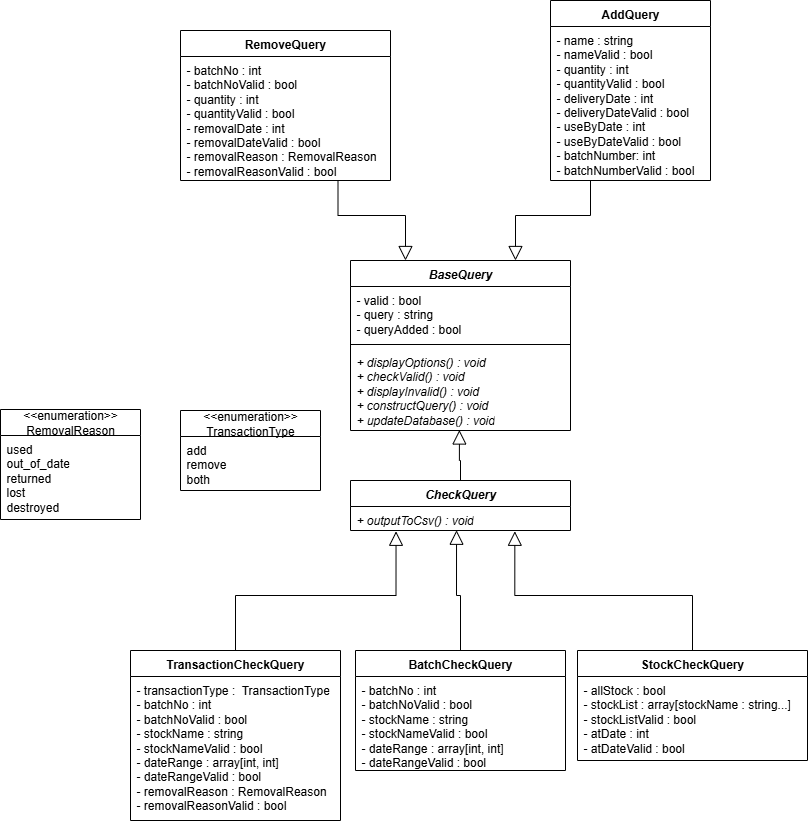
Before: artefacts/query_class_diagram.png, a diagram exported from draw.io (DuncanLittlechild/A1_inventory_management). Source tidied: cells renumbered, new cells last; positions are measured from the earlier drawing's top-left corner, leaving out a move shared by most shapes.
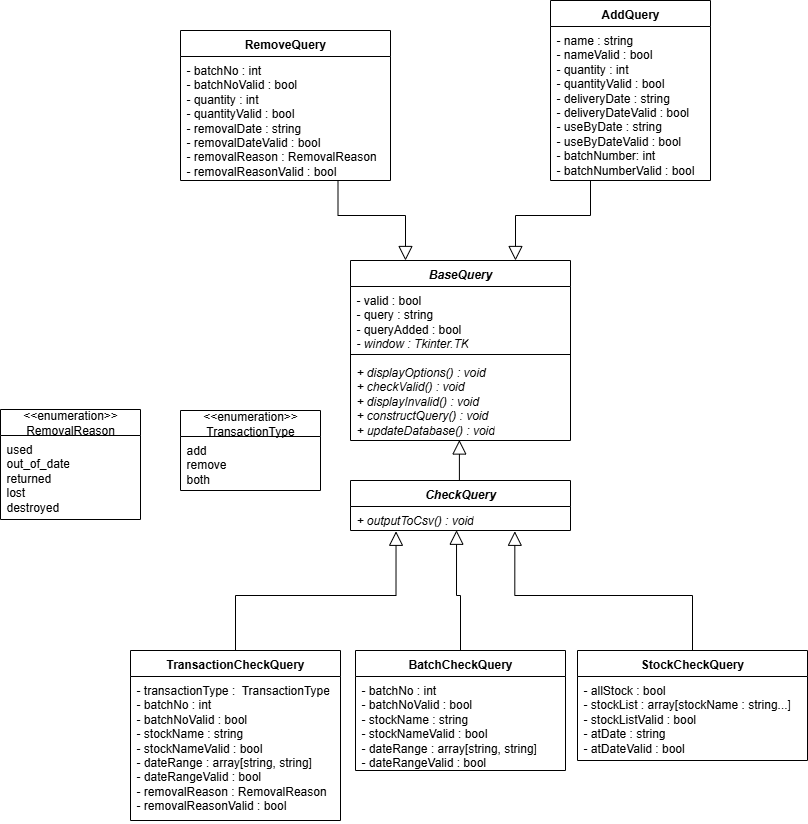
The same diagram one commit later.

Commit message:
Add Tkinter window to all query objects

The edit, as a diff of the source:
```diff
@@ -3,16 +3,16 @@
     <mxCell id="0" />
     <mxCell id="1" parent="0" />
     <mxCell id="2" value="&lt;i&gt;BaseQuery&lt;/i&gt;" style="swimlane;fontStyle=1;align=center;verticalAlign=top;horizontal=1;startSize=26;whiteSpace=wrap;html=1;" parent="1" vertex="1">
-      <mxGeometry x="350" y="260" width="220" height="170" as="geometry" />
+      <mxGeometry x="350" y="260" width="220" height="180" as="geometry" />
     </mxCell>
-    <mxCell id="3" value="&lt;div&gt;- valid : bool&lt;/div&gt;&lt;div&gt;- query : string&lt;/div&gt;&lt;div&gt;- queryAdded : bool&lt;/div&gt;" style="text;strokeColor=none;fillColor=none;align=left;verticalAlign=top;spacingLeft=4;spacingRight=4;overflow=hidden;whiteSpace=wrap;html=1;" parent="2" vertex="1">
-      <mxGeometry y="26" width="220" height="54" as="geometry" />
+    <mxCell id="3" value="&lt;div&gt;&lt;span style=&quot;background-color: transparent; color: light-dark(rgb(0, 0, 0), rgb(255, 255, 255));&quot;&gt;- valid : bool&lt;/span&gt;&lt;/div&gt;&lt;div&gt;- query : string&lt;/div&gt;&lt;div&gt;- queryAdded : bool&lt;/div&gt;&lt;div&gt;&lt;i&gt;- window : Tkinter.TK&lt;/i&gt;&lt;/div&gt;" style="text;strokeColor=none;fillColor=none;align=left;verticalAlign=top;spacingLeft=4;spacingRight=4;overflow=hidden;whiteSpace=wrap;html=1;" parent="2" vertex="1">
+      <mxGeometry y="26" width="220" height="64" as="geometry" />
     </mxCell>
     <mxCell id="4" style="line;strokeWidth=1;fillColor=none;align=left;verticalAlign=middle;spacingTop=-1;spacingLeft=3;spacingRight=3;labelPosition=right;strokeColor=inherit;" parent="2" vertex="1">
-      <mxGeometry y="80" width="220" height="8" as="geometry" />
+      <mxGeometry y="90" width="220" height="8" as="geometry" />
     </mxCell>
     <mxCell id="5" value="&lt;div&gt;&lt;i&gt;+ displayOptions() : void&lt;/i&gt;&lt;/div&gt;&lt;i&gt;+ checkValid() : void&lt;/i&gt;&lt;div&gt;&lt;i&gt;+ displayInvalid() : void&lt;/i&gt;&lt;/div&gt;&lt;div&gt;&lt;i&gt;+ constructQuery() : void&lt;/i&gt;&lt;/div&gt;&lt;div&gt;&lt;i&gt;+ updateDatabase() : void&lt;/i&gt;&lt;/div&gt;" style="text;strokeColor=none;fillColor=none;align=left;verticalAlign=top;spacingLeft=4;spacingRight=4;overflow=hidden;points=[[0,0.5],[1,0.5]];portConstraint=eastwest;whiteSpace=wrap;html=1;" parent="2" vertex="1">
-      <mxGeometry y="88" width="220" height="82" as="geometry" />
+      <mxGeometry y="98" width="220" height="82" as="geometry" />
     </mxCell>
     <mxCell id="6" style="edgeStyle=orthogonalEdgeStyle;rounded=0;jettySize=auto;html=1;exitX=0.25;exitY=1;exitDx=0;exitDy=0;entryX=0.75;entryY=0;entryDx=0;entryDy=0;endArrow=block;endFill=0;endSize=12;" parent="1" edge="1" source="7" target="2">
       <mxGeometry relative="1" as="geometry" />
@@ -20,7 +20,7 @@
     <mxCell id="7" value="AddQuery" style="swimlane;fontStyle=1;align=center;verticalAlign=top;horizontal=1;startSize=26;whiteSpace=wrap;html=1;" parent="1" vertex="1">
       <mxGeometry x="550" width="160" height="180" as="geometry" />
     </mxCell>
-    <mxCell id="8" value="- name : string&lt;div&gt;- nameValid : bool&lt;/div&gt;&lt;div&gt;- quantity : int&lt;/div&gt;&lt;div&gt;- quantityValid : bool&lt;/div&gt;&lt;div&gt;- deliveryDate : int&lt;/div&gt;&lt;div&gt;- deliveryDateValid : bool&lt;/div&gt;&lt;div&gt;- useByDate : int&lt;/div&gt;&lt;div&gt;- useByDateValid : bool&lt;/div&gt;&lt;div&gt;- batchNumber: int&lt;/div&gt;&lt;div&gt;- batchNumberValid : bool&lt;/div&gt;" style="text;strokeColor=none;fillColor=none;align=left;verticalAlign=top;spacingLeft=4;spacingRight=4;overflow=hidden;whiteSpace=wrap;html=1;" parent="7" vertex="1">
+    <mxCell id="8" value="- name : string&lt;div&gt;- nameValid : bool&lt;/div&gt;&lt;div&gt;- quantity : int&lt;/div&gt;&lt;div&gt;- quantityValid : bool&lt;/div&gt;&lt;div&gt;- deliveryDate : string&lt;/div&gt;&lt;div&gt;- deliveryDateValid : bool&lt;/div&gt;&lt;div&gt;- useByDate : string&lt;/div&gt;&lt;div&gt;- useByDateValid : bool&lt;/div&gt;&lt;div&gt;- batchNumber: int&lt;/div&gt;&lt;div&gt;- batchNumberValid : bool&lt;/div&gt;" style="text;strokeColor=none;fillColor=none;align=left;verticalAlign=top;spacingLeft=4;spacingRight=4;overflow=hidden;whiteSpace=wrap;html=1;" parent="7" vertex="1">
       <mxGeometry y="26" width="160" height="154" as="geometry" />
     </mxCell>
     <mxCell id="9" style="edgeStyle=orthogonalEdgeStyle;rounded=0;jettySize=auto;html=1;exitX=0.75;exitY=1;exitDx=0;exitDy=0;entryX=0.25;entryY=0;entryDx=0;entryDy=0;endSize=12;endArrow=block;endFill=0;" parent="1" edge="1" source="10" target="2">
@@ -29,7 +29,7 @@
     <mxCell id="10" value="RemoveQuery" style="swimlane;fontStyle=1;align=center;verticalAlign=top;horizontal=1;startSize=26;whiteSpace=wrap;html=1;" parent="1" vertex="1">
       <mxGeometry x="180" y="30" width="210" height="150" as="geometry" />
     </mxCell>
-    <mxCell id="11" value="- batchNo : int&lt;div&gt;- batchNoValid : bool&lt;br&gt;&lt;div&gt;- quantity : int&lt;/div&gt;&lt;div&gt;- quantityValid : bool&lt;/div&gt;&lt;div&gt;- removalDate : int&lt;/div&gt;&lt;div&gt;- removalDateValid : bool&lt;/div&gt;&lt;div&gt;- removalReason : RemovalReason&lt;/div&gt;&lt;div&gt;- removalReasonValid : bool&lt;/div&gt;&lt;/div&gt;" style="text;strokeColor=none;fillColor=none;align=left;verticalAlign=top;spacingLeft=4;spacingRight=4;overflow=hidden;whiteSpace=wrap;html=1;" parent="10" vertex="1">
+    <mxCell id="11" value="- batchNo : int&lt;div&gt;- batchNoValid : bool&lt;br&gt;&lt;div&gt;- quantity : int&lt;/div&gt;&lt;div&gt;- quantityValid : bool&lt;/div&gt;&lt;div&gt;- removalDate : string&lt;/div&gt;&lt;div&gt;- removalDateValid : bool&lt;/div&gt;&lt;div&gt;- removalReason : RemovalReason&lt;/div&gt;&lt;div&gt;- removalReasonValid : bool&lt;/div&gt;&lt;/div&gt;" style="text;strokeColor=none;fillColor=none;align=left;verticalAlign=top;spacingLeft=4;spacingRight=4;overflow=hidden;whiteSpace=wrap;html=1;" parent="10" vertex="1">
       <mxGeometry y="26" width="210" height="124" as="geometry" />
     </mxCell>
     <mxCell id="12" value="&amp;lt;&amp;lt;enumeration&amp;gt;&amp;gt;&lt;div&gt;RemovalReason&lt;/div&gt;" style="swimlane;fontStyle=0;horizontal=1;startSize=26;fillColor=none;whiteSpace=wrap;html=1;" parent="1" vertex="1">
@@ -41,7 +41,7 @@
     <mxCell id="14" value="BatchCheckQuery" style="swimlane;fontStyle=1;align=center;verticalAlign=top;horizontal=1;startSize=26;whiteSpace=wrap;html=1;" parent="1" vertex="1">
       <mxGeometry x="355" y="650" width="210" height="120" as="geometry" />
     </mxCell>
-    <mxCell id="15" value="- batchNo : int&lt;div&gt;- batchNoValid : bool&lt;br&gt;&lt;div&gt;- stockName : string&lt;br&gt;&lt;/div&gt;&lt;/div&gt;&lt;div&gt;- stockNameValid : bool&lt;/div&gt;&lt;div&gt;- dateRange : array[int, int]&lt;/div&gt;&lt;div&gt;- dateRangeValid : bool&lt;/div&gt;" style="text;strokeColor=none;fillColor=none;align=left;verticalAlign=top;spacingLeft=4;spacingRight=4;overflow=hidden;whiteSpace=wrap;html=1;" parent="14" vertex="1">
+    <mxCell id="15" value="- batchNo : int&lt;div&gt;- batchNoValid : bool&lt;br&gt;&lt;div&gt;- stockName : string&lt;br&gt;&lt;/div&gt;&lt;/div&gt;&lt;div&gt;- stockNameValid : bool&lt;/div&gt;&lt;div&gt;- dateRange : array[string, string]&lt;/div&gt;&lt;div&gt;- dateRangeValid : bool&lt;/div&gt;" style="text;strokeColor=none;fillColor=none;align=left;verticalAlign=top;spacingLeft=4;spacingRight=4;overflow=hidden;whiteSpace=wrap;html=1;" parent="14" vertex="1">
       <mxGeometry y="26" width="210" height="94" as="geometry" />
     </mxCell>
     <mxCell id="16" style="edgeStyle=orthogonalEdgeStyle;rounded=0;jettySize=auto;html=1;exitX=0.5;exitY=0;exitDx=0;exitDy=0;entryX=0.207;entryY=1.033;entryDx=0;entryDy=0;entryPerimeter=0;endArrow=block;endFill=0;endSize=12;" parent="1" edge="1" source="17" target="26">
@@ -50,7 +50,7 @@
     <mxCell id="17" value="TransactionCheckQuery" style="swimlane;fontStyle=1;align=center;verticalAlign=top;horizontal=1;startSize=26;whiteSpace=wrap;html=1;" parent="1" vertex="1">
       <mxGeometry x="130" y="650" width="210" height="170" as="geometry" />
     </mxCell>
-    <mxCell id="18" value="- transactionType :&amp;nbsp; TransactionType&lt;div&gt;- batchNo : int&lt;div&gt;- batchNoValid : bool&lt;br&gt;&lt;div&gt;- stockName : string&lt;br&gt;&lt;/div&gt;&lt;/div&gt;&lt;div&gt;- stockNameValid : bool&lt;/div&gt;&lt;div&gt;- dateRange : array[int, int]&lt;/div&gt;&lt;div&gt;- dateRangeValid : bool&lt;/div&gt;&lt;/div&gt;&lt;div&gt;- removalReason : RemovalReason&lt;/div&gt;&lt;div&gt;- removalReasonValid : bool&lt;/div&gt;" style="text;strokeColor=none;fillColor=none;align=left;verticalAlign=top;spacingLeft=4;spacingRight=4;overflow=hidden;whiteSpace=wrap;html=1;" parent="17" vertex="1">
+    <mxCell id="18" value="- transactionType :&amp;nbsp; TransactionType&lt;div&gt;- batchNo : int&lt;div&gt;- batchNoValid : bool&lt;br&gt;&lt;div&gt;- stockName : string&lt;br&gt;&lt;/div&gt;&lt;/div&gt;&lt;div&gt;- stockNameValid : bool&lt;/div&gt;&lt;div&gt;- dateRange : array[string, string]&lt;/div&gt;&lt;div&gt;- dateRangeValid : bool&lt;/div&gt;&lt;/div&gt;&lt;div&gt;- removalReason : RemovalReason&lt;/div&gt;&lt;div&gt;- removalReasonValid : bool&lt;/div&gt;" style="text;strokeColor=none;fillColor=none;align=left;verticalAlign=top;spacingLeft=4;spacingRight=4;overflow=hidden;whiteSpace=wrap;html=1;" parent="17" vertex="1">
       <mxGeometry y="26" width="210" height="144" as="geometry" />
     </mxCell>
     <mxCell id="19" value="&amp;lt;&amp;lt;enumeration&amp;gt;&amp;gt;&lt;div&gt;TransactionType&lt;/div&gt;" style="swimlane;fontStyle=0;horizontal=1;startSize=26;fillColor=none;whiteSpace=wrap;html=1;" parent="1" vertex="1">
@@ -65,7 +65,7 @@
     <mxCell id="22" value="StockCheckQuery" style="swimlane;fontStyle=1;align=center;verticalAlign=top;horizontal=1;startSize=26;whiteSpace=wrap;html=1;" parent="1" vertex="1">
       <mxGeometry x="577" y="650" width="230" height="110" as="geometry" />
     </mxCell>
-    <mxCell id="23" value="- allStock : bool&lt;div&gt;- stockList : array[stockName : string...]&lt;/div&gt;&lt;div&gt;- stockListValid : bool&lt;/div&gt;&lt;div&gt;- atDate : int&lt;/div&gt;&lt;div&gt;- atDateValid : bool&lt;/div&gt;" style="text;strokeColor=none;fillColor=none;align=left;verticalAlign=top;spacingLeft=4;spacingRight=4;overflow=hidden;whiteSpace=wrap;html=1;" parent="22" vertex="1">
+    <mxCell id="23" value="- allStock : bool&lt;div&gt;- stockList : array[stockName : string...]&lt;/div&gt;&lt;div&gt;- stockListValid : bool&lt;/div&gt;&lt;div&gt;- atDate : string&lt;/div&gt;&lt;div&gt;- atDateValid : bool&lt;/div&gt;" style="text;strokeColor=none;fillColor=none;align=left;verticalAlign=top;spacingLeft=4;spacingRight=4;overflow=hidden;whiteSpace=wrap;html=1;" parent="22" vertex="1">
       <mxGeometry y="26" width="230" height="84" as="geometry" />
     </mxCell>
     <mxCell id="24" style="edgeStyle=orthogonalEdgeStyle;rounded=0;jettySize=auto;html=1;exitX=0.5;exitY=0;exitDx=0;exitDy=0;endArrow=block;endFill=0;strokeWidth=1;endSize=12;entryX=0.482;entryY=0.99;entryDx=0;entryDy=0;entryPerimeter=0;" parent="1" edge="1" source="14" target="26">
```
